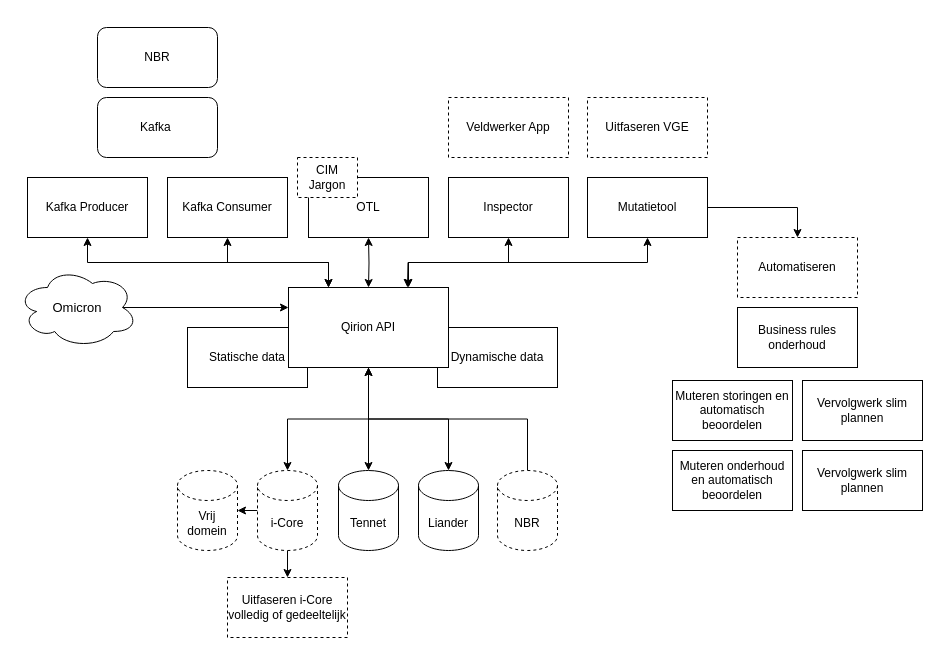
The draw.io diagram page "Mogelijkheden" (4 of 7) of staticWeb/Untitled Diagram.drawio in eleemans/react2022, before the edit. Source tidied: cells renumbered, new cells numbered last; positions are measured from the earlier drawing's top-left corner, leaving out a move shared by most shapes. Both pictures are drawn from the tidied source at 100%, with x=0, y=0 at pixel (17, 27).
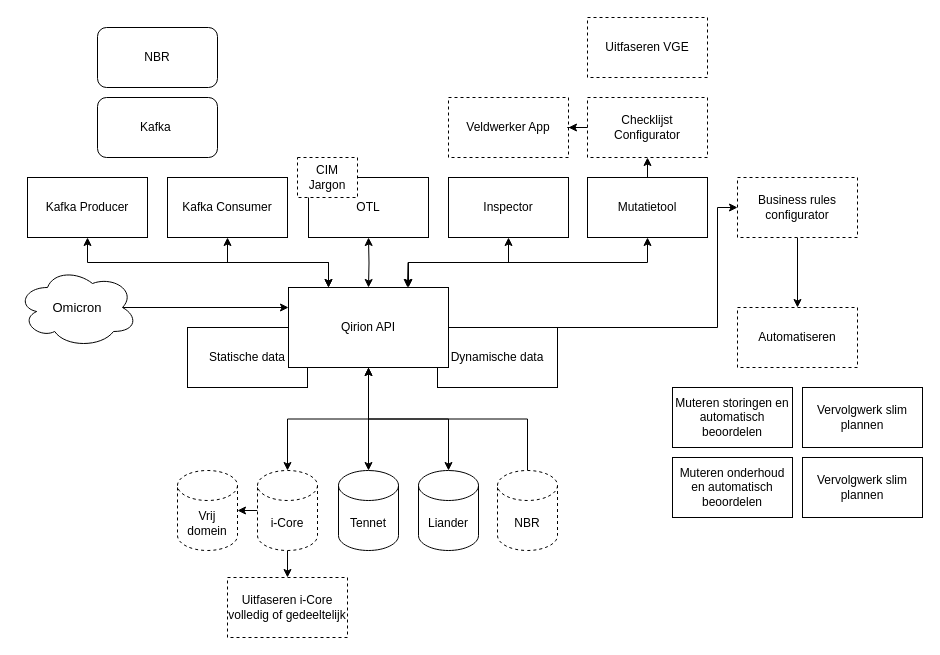
After the change.

Unchanged cells that the change refers to:
```xml
<mxCell id="16" value="Mutatietool" style="rounded=0;whiteSpace=wrap;html=1;" parent="1" vertex="1">
  <mxGeometry x="570" y="150" width="120" height="60" as="geometry" />
</mxCell>
<mxCell id="25" value="Qirion API" style="rounded=0;whiteSpace=wrap;html=1;" parent="1" vertex="1">
  <mxGeometry x="271" y="260" width="160" height="80" as="geometry" />
</mxCell>
<mxCell id="26" value="Veldwerker App" style="rounded=0;whiteSpace=wrap;html=1;dashed=1;" parent="1" vertex="1">
  <mxGeometry x="431" y="70" width="120" height="60" as="geometry" />
</mxCell>
```

Change to the diagram source:
```diff
@@
-    <mxCell id="14" style="edgeStyle=orthogonalEdgeStyle;rounded=0;jettySize=auto;html=1;exitX=1;exitY=0.5;exitDx=0;exitDy=0;entryX=0.5;entryY=0;entryDx=0;entryDy=0;" parent="1" edge="1" source="16" target="28">
-      <mxGeometry relative="1" as="geometry" />
-    </mxCell>
@@
+    <mxCell id="41" style="edgeStyle=orthogonalEdgeStyle;rounded=0;jettySize=auto;html=1;exitX=0.5;exitY=0;exitDx=0;exitDy=0;entryX=0.5;entryY=1;entryDx=0;entryDy=0;" parent="1" edge="1" source="16" target="45">
+      <mxGeometry relative="1" as="geometry" />
+    </mxCell>
@@
+    <mxCell id="42" style="edgeStyle=orthogonalEdgeStyle;rounded=0;jettySize=auto;html=1;exitX=1;exitY=0.5;exitDx=0;exitDy=0;entryX=0;entryY=0.5;entryDx=0;entryDy=0;" parent="1" edge="1" source="25" target="29">
+      <mxGeometry relative="1" as="geometry">
+        <Array as="points">
+          <mxPoint x="700" y="300" />
+          <mxPoint x="700" y="180" />
+        </Array>
+      </mxGeometry>
+    </mxCell>
@@
     <mxCell id="27" value="Uitfaseren VGE" style="rounded=0;whiteSpace=wrap;html=1;dashed=1;" parent="1" vertex="1">
-      <mxGeometry x="570" y="70" width="120" height="60" as="geometry" />
+      <mxGeometry x="570" y="-10" width="120" height="60" as="geometry" />
     </mxCell>
     <mxCell id="28" value="Automatiseren" style="rounded=0;whiteSpace=wrap;html=1;dashed=1;" parent="1" vertex="1">
-      <mxGeometry x="720" y="210" width="120" height="60" as="geometry" />
+      <mxGeometry x="720" y="280" width="120" height="60" as="geometry" />
     </mxCell>
+    <mxCell id="43" style="edgeStyle=orthogonalEdgeStyle;rounded=0;jettySize=auto;html=1;exitX=0.5;exitY=1;exitDx=0;exitDy=0;entryX=0.5;entryY=0;entryDx=0;entryDy=0;" parent="1" edge="1" source="29" target="28">
+      <mxGeometry relative="1" as="geometry" />
+    </mxCell>
-    <mxCell id="29" value="Business rules onderhoud" style="rounded=0;whiteSpace=wrap;html=1;" parent="1" vertex="1">
-      <mxGeometry x="720" y="280" width="120" height="60" as="geometry" />
+    <mxCell id="29" value="Business rules configurator" style="rounded=0;whiteSpace=wrap;html=1;dashed=1;" parent="1" vertex="1">
+      <mxGeometry x="720" y="150" width="120" height="60" as="geometry" />
     </mxCell>
     <mxCell id="30" value="Muteren onderhoud en automatisch beoordelen" style="rounded=0;whiteSpace=wrap;html=1;" parent="1" vertex="1">
-      <mxGeometry x="655" y="423" width="120" height="60" as="geometry" />
+      <mxGeometry x="655" y="430" width="120" height="60" as="geometry" />
     </mxCell>
     <mxCell id="31" value="Muteren storingen en automatisch beoordelen" style="rounded=0;whiteSpace=wrap;html=1;" parent="1" vertex="1">
-      <mxGeometry x="655" y="353" width="120" height="60" as="geometry" />
+      <mxGeometry x="655" y="360" width="120" height="60" as="geometry" />
     </mxCell>
     <mxCell id="32" value="Vervolgwerk slim plannen" style="rounded=0;whiteSpace=wrap;html=1;" parent="1" vertex="1">
-      <mxGeometry x="785" y="353" width="120" height="60" as="geometry" />
+      <mxGeometry x="785" y="360" width="120" height="60" as="geometry" />
     </mxCell>
     <mxCell id="33" value="Vervolgwerk slim plannen" style="rounded=0;whiteSpace=wrap;html=1;" parent="1" vertex="1">
-      <mxGeometry x="785" y="423" width="120" height="60" as="geometry" />
+      <mxGeometry x="785" y="430" width="120" height="60" as="geometry" />
     </mxCell>
@@
+    <mxCell id="44" style="edgeStyle=orthogonalEdgeStyle;rounded=0;jettySize=auto;html=1;exitX=0;exitY=0.5;exitDx=0;exitDy=0;" parent="1" edge="1" source="45" target="26">
+      <mxGeometry relative="1" as="geometry" />
+    </mxCell>
+    <mxCell id="45" value="Checklijst Configurator" style="rounded=0;whiteSpace=wrap;html=1;dashed=1;" parent="1" vertex="1">
+      <mxGeometry x="570" y="70" width="120" height="60" as="geometry" />
+    </mxCell>
```
